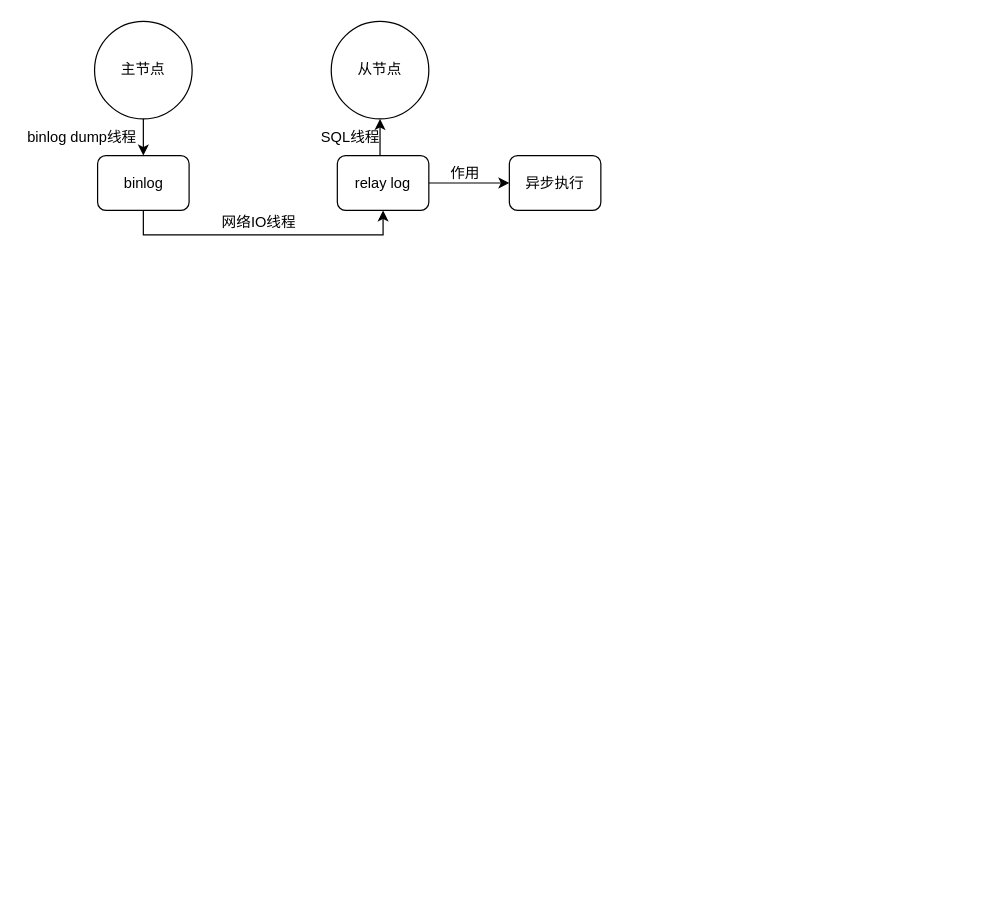
1155200424/diagrams keeps this draw.io diagram as MySQL主从复制.drawio. Above is the earlier version. Source tidied: cells renumbered, new cells numbered last; positions are measured from the earlier drawing's top-left corner, leaving out a move shared by most shapes. Both pictures are drawn from the tidied source at 122%, with x=0, y=0 at pixel (21, 21).
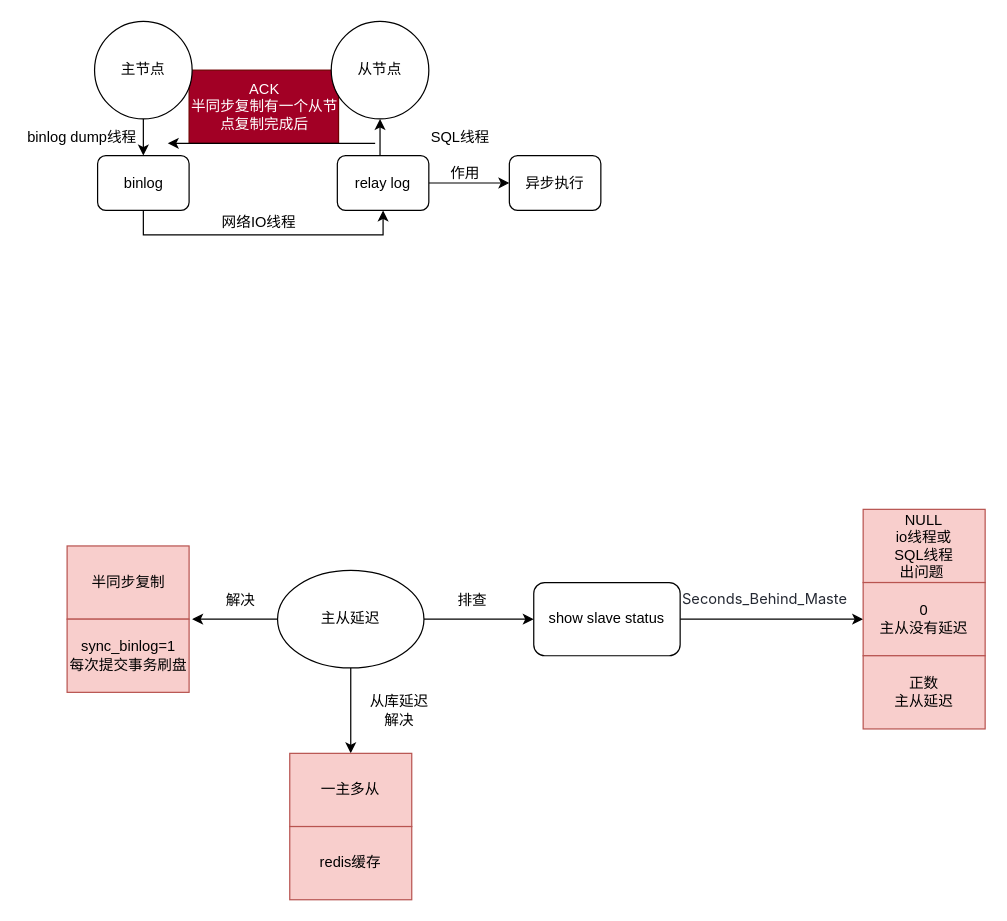
The same page after the edit.

Commit message (it also covers changes not shown here):
更新MySQL主从复制.drawio

The edit, as a diff of the source:
```diff
@@
+    <mxCell id="15" value="ACK&lt;br&gt;半同步复制有一个从节点复制完成后" style="text;html=1;align=center;verticalAlign=middle;whiteSpace=wrap;rounded=0;fillColor=#a20025;fontColor=#ffffff;strokeColor=#6F0000;" parent="1" vertex="1">
+      <mxGeometry x="137.5" y="40" width="122.5" height="60" as="geometry" />
+    </mxCell>
@@
     <mxCell id="11" value="SQL线程" style="text;html=1;align=center;verticalAlign=middle;whiteSpace=wrap;rounded=0;" parent="1" vertex="1">
-      <mxGeometry x="240" y="80" width="60" height="30" as="geometry" />
+      <mxGeometry x="330" y="80" width="60" height="30" as="geometry" />
     </mxCell>
@@
+    <mxCell id="16" style="endArrow=classic;html=1;rounded=0;" parent="1" edge="1">
+      <mxGeometry relative="1" as="geometry">
+        <mxPoint x="290" y="100" as="sourcePoint" />
+        <mxPoint x="120" y="100" as="targetPoint" />
+      </mxGeometry>
+    </mxCell>
+    <mxCell id="17" style="edgeStyle=orthogonalEdgeStyle;rounded=0;jettySize=auto;html=1;exitX=1;exitY=0.5;exitDx=0;exitDy=0;entryX=0;entryY=0.5;entryDx=0;entryDy=0;" parent="1" edge="1" source="19" target="21">
+      <mxGeometry relative="1" as="geometry" />
+    </mxCell>
+    <mxCell id="18" style="edgeStyle=orthogonalEdgeStyle;rounded=0;jettySize=auto;html=1;exitX=0;exitY=0.5;exitDx=0;exitDy=0;" parent="1" edge="1" source="19">
+      <mxGeometry relative="1" as="geometry">
+        <mxPoint x="140" y="490" as="targetPoint" />
+      </mxGeometry>
+    </mxCell>
+    <mxCell id="19" value="主从延迟" style="ellipse;whiteSpace=wrap;html=1;" parent="1" vertex="1">
+      <mxGeometry x="210" y="450" width="120" height="80" as="geometry" />
+    </mxCell>
+    <mxCell id="20" style="edgeStyle=orthogonalEdgeStyle;rounded=0;jettySize=auto;html=1;exitX=1;exitY=0.5;exitDx=0;exitDy=0;" parent="1" edge="1" source="21">
+      <mxGeometry relative="1" as="geometry">
+        <mxPoint x="690" y="490" as="targetPoint" />
+      </mxGeometry>
+    </mxCell>
+    <mxCell id="21" value="show slave status" style="rounded=1;whiteSpace=wrap;html=1;" parent="1" vertex="1">
+      <mxGeometry x="420" y="460" width="120" height="60" as="geometry" />
+    </mxCell>
+    <mxCell id="22" value="&lt;span style=&quot;color: rgb(37, 41, 51); font-family: -apple-system, &amp;quot;system-ui&amp;quot;, &amp;quot;Segoe UI&amp;quot;, &amp;quot;Noto Sans&amp;quot;, Helvetica, Arial, sans-serif, &amp;quot;Apple Color Emoji&amp;quot;, &amp;quot;Segoe UI Emoji&amp;quot;; font-style: normal; font-variant-ligatures: normal; font-variant-caps: normal; font-weight: 400; letter-spacing: normal; orphans: 2; text-align: start; text-indent: 0px; text-transform: none; widows: 2; word-spacing: 0px; -webkit-text-stroke-width: 0px; background-color: rgb(255, 255, 255); text-decoration-thickness: initial; text-decoration-style: initial; text-decoration-color: initial; float: none; display: inline !important;&quot;&gt;&lt;font style=&quot;font-size: 12px;&quot;&gt;Seconds_Behind_Maste&lt;/font&gt;&lt;/span&gt;" style="text;whiteSpace=wrap;html=1;" parent="1" vertex="1">
+      <mxGeometry x="540" y="460" width="150" height="20" as="geometry" />
+    </mxCell>
+    <mxCell id="23" value="NULL &lt;br&gt;io线程或&lt;br&gt;SQL线程&lt;br&gt;出问题&amp;nbsp;" style="text;html=1;align=center;verticalAlign=middle;whiteSpace=wrap;rounded=0;fillColor=#f8cecc;strokeColor=#b85450;" parent="1" vertex="1">
+      <mxGeometry x="690" y="400" width="100" height="60" as="geometry" />
+    </mxCell>
+    <mxCell id="24" value="0&lt;br&gt;主从没有延迟" style="text;html=1;align=center;verticalAlign=middle;whiteSpace=wrap;rounded=0;fillColor=#f8cecc;strokeColor=#b85450;" parent="1" vertex="1">
+      <mxGeometry x="690" y="460" width="100" height="60" as="geometry" />
+    </mxCell>
+    <mxCell id="25" value="正数&lt;br&gt;主从延迟" style="text;html=1;align=center;verticalAlign=middle;whiteSpace=wrap;rounded=0;fillColor=#f8cecc;strokeColor=#b85450;" parent="1" vertex="1">
+      <mxGeometry x="690" y="520" width="100" height="60" as="geometry" />
+    </mxCell>
+    <mxCell id="26" value="排查" style="text;html=1;align=center;verticalAlign=middle;whiteSpace=wrap;rounded=0;" parent="1" vertex="1">
+      <mxGeometry x="340" y="460" width="60" height="30" as="geometry" />
+    </mxCell>
+    <mxCell id="27" style="group;" parent="1" vertex="1">
+      <mxGeometry x="37.5" y="430" width="100" height="120" as="geometry" />
+    </mxCell>
+    <mxCell id="28" value="半同步复制" style="text;html=1;align=center;verticalAlign=middle;whiteSpace=wrap;rounded=0;fillColor=#f8cecc;strokeColor=#b85450;" parent="27" vertex="1">
+      <mxGeometry width="100" height="60" as="geometry" />
+    </mxCell>
+    <mxCell id="29" value="sync_binlog=1&lt;br&gt;每次提交事务刷盘" style="text;html=1;align=center;verticalAlign=middle;whiteSpace=wrap;rounded=0;fillColor=#f8cecc;strokeColor=#b85450;" parent="27" vertex="1">
+      <mxGeometry y="60" width="100" height="60" as="geometry" />
+    </mxCell>
+    <mxCell id="30" value="解决" style="text;html=1;align=center;verticalAlign=middle;whiteSpace=wrap;rounded=0;" parent="1" vertex="1">
+      <mxGeometry x="150" y="460" width="60" height="30" as="geometry" />
+    </mxCell>
+    <mxCell id="31" style="endArrow=classic;html=1;rounded=0;" parent="1" edge="1">
+      <mxGeometry relative="1" as="geometry">
+        <mxPoint x="270" y="530" as="sourcePoint" />
+        <mxPoint x="270" y="600" as="targetPoint" />
+      </mxGeometry>
+    </mxCell>
+    <mxCell id="32" value="从库延迟解决" style="text;html=1;align=center;verticalAlign=middle;whiteSpace=wrap;rounded=0;" parent="1" vertex="1">
+      <mxGeometry x="280" y="550" width="60" height="30" as="geometry" />
+    </mxCell>
+    <mxCell id="33" style="group;" parent="1" vertex="1">
+      <mxGeometry x="220" y="600" width="100" height="120" as="geometry" />
+    </mxCell>
+    <mxCell id="34" value="一主多从" style="text;html=1;align=center;verticalAlign=middle;whiteSpace=wrap;rounded=0;fillColor=#f8cecc;strokeColor=#b85450;" parent="33" vertex="1">
+      <mxGeometry width="100" height="60" as="geometry" />
+    </mxCell>
+    <mxCell id="35" value="redis缓存" style="text;html=1;align=center;verticalAlign=middle;whiteSpace=wrap;rounded=0;fillColor=#f8cecc;strokeColor=#b85450;" parent="33" vertex="1">
+      <mxGeometry y="60" width="100" height="60" as="geometry" />
+    </mxCell>
```
